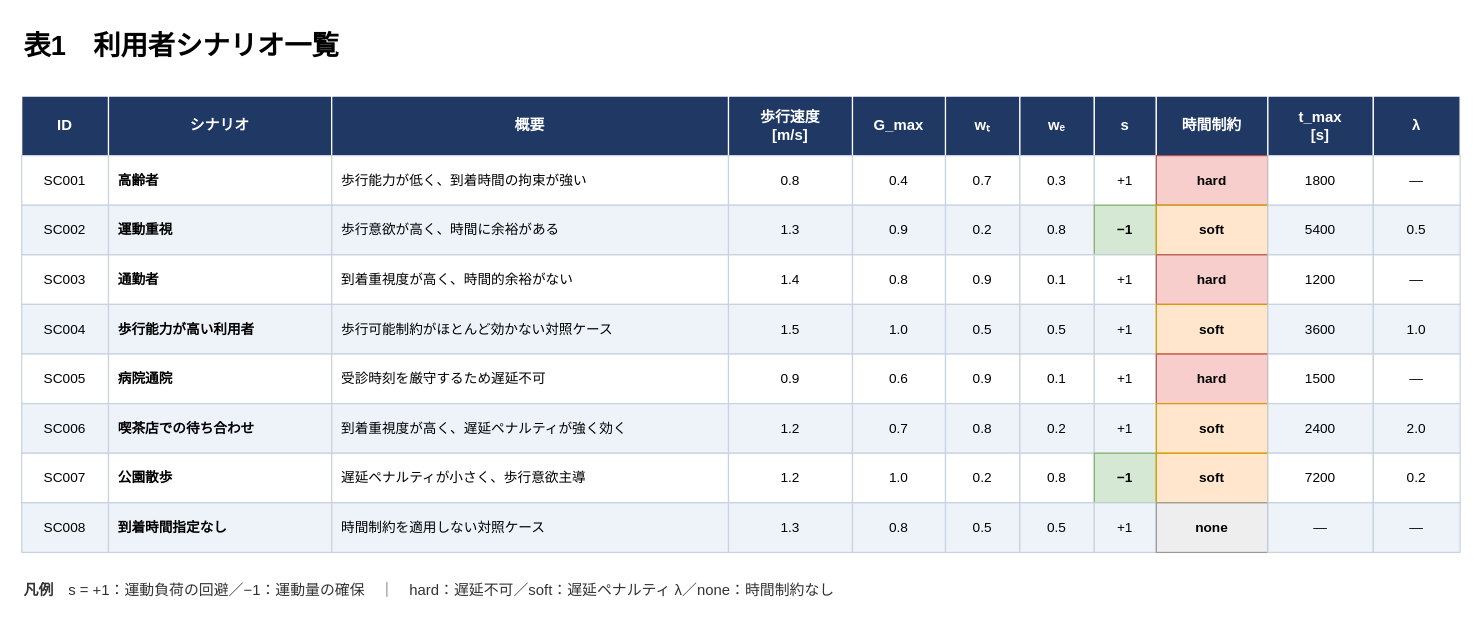
Earlier version of the draw.io diagram scenario_table.drawio (ShitotoHimeno/personalized-multimodal-route-optimization). Source tidied: cells renumbered, new cells numbered last; positions are measured from the earlier drawing's top-left corner, leaving out a move shared by most shapes. Both pictures are drawn from the tidied source at 124%, with x=0, y=0 at pixel (21, 21).
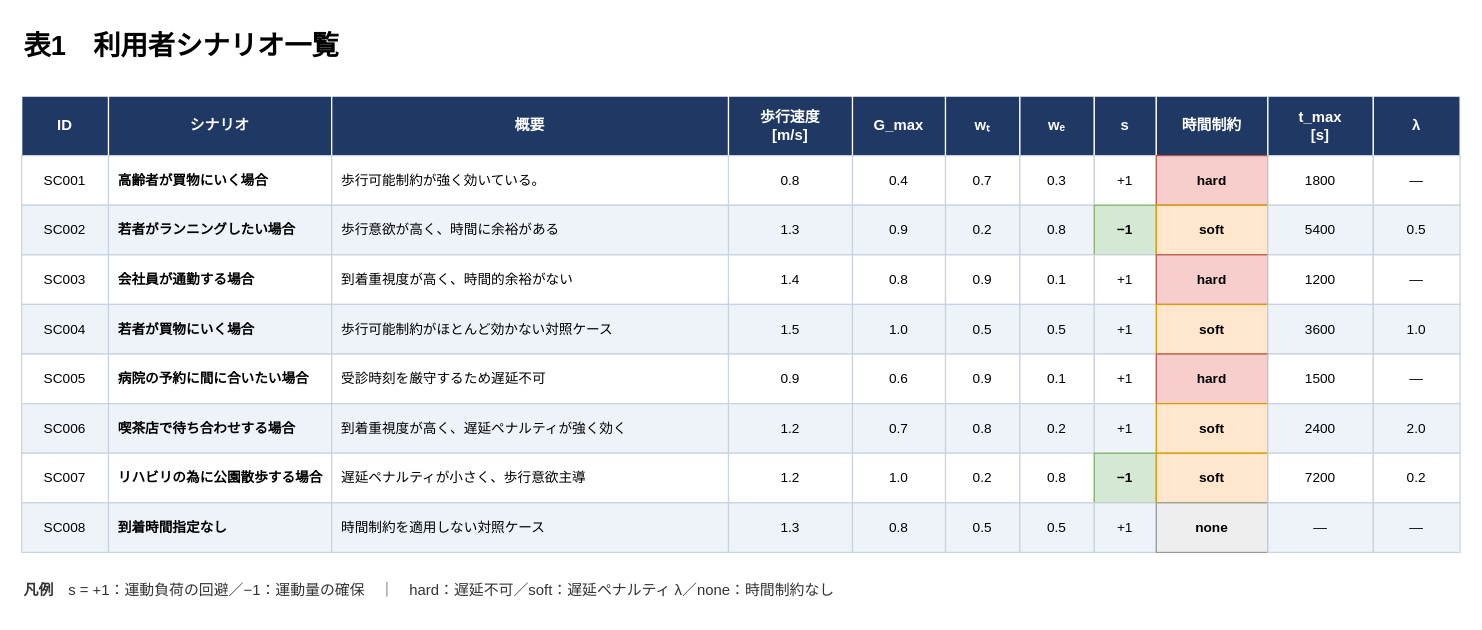
The same page after the edit.

Unchanged cells that the change refers to:
```xml
<mxCell id="4" value="シナリオ" style="rounded=0;whiteSpace=wrap;html=1;fillColor=#1f3864;strokeColor=#ffffff;fontColor=#ffffff;fontSize=12;fontStyle=1;align=center;verticalAlign=middle;" parent="1" vertex="1">
  <mxGeometry x="70" y="60" width="180" height="48" as="geometry" />
</mxCell>
<mxCell id="5" value="概要" style="rounded=0;whiteSpace=wrap;html=1;fillColor=#1f3864;strokeColor=#ffffff;fontColor=#ffffff;fontSize=12;fontStyle=1;align=center;verticalAlign=middle;" parent="1" vertex="1">
  <mxGeometry x="250" y="60" width="320" height="48" as="geometry" />
</mxCell>
```

Diff of the diagram source:
```diff
@@
+    <mxCell id="103" style="edgeStyle=none;html=1;exitX=1;exitY=0.5;exitDx=0;exitDy=0;" parent="1" edge="1" source="4" target="5">
+      <mxGeometry relative="1" as="geometry" />
+    </mxCell>
@@
-    <mxCell id="15" value="高齢者" style="rounded=0;whiteSpace=wrap;html=1;fillColor=#ffffff;strokeColor=#c9d2e0;fontSize=11;fontStyle=1;align=left;verticalAlign=middle;spacingLeft=6;spacingRight=6;" parent="1" vertex="1">
+    <mxCell id="15" value="高齢者が買物にいく場合" style="rounded=0;whiteSpace=wrap;html=1;fillColor=#ffffff;strokeColor=#c9d2e0;fontSize=11;fontStyle=1;align=left;verticalAlign=middle;spacingLeft=6;spacingRight=6;" parent="1" vertex="1">
       <mxGeometry x="70" y="108" width="180" height="40" as="geometry" />
     </mxCell>
-    <mxCell id="16" value="歩行能力が低く、到着時間の拘束が強い" style="rounded=0;whiteSpace=wrap;html=1;fillColor=#ffffff;strokeColor=#c9d2e0;fontSize=11;align=left;verticalAlign=middle;spacingLeft=6;spacingRight=6;" parent="1" vertex="1">
+    <mxCell id="16" value="歩行可能制約が強く効いている。" style="rounded=0;whiteSpace=wrap;html=1;fillColor=#ffffff;strokeColor=#c9d2e0;fontSize=11;align=left;verticalAlign=middle;spacingLeft=6;spacingRight=6;" parent="1" vertex="1">
       <mxGeometry x="250" y="108" width="320" height="40" as="geometry" />
     </mxCell>
@@
-    <mxCell id="26" value="運動重視" style="rounded=0;whiteSpace=wrap;html=1;fillColor=#eef3fa;strokeColor=#c9d2e0;fontSize=11;fontStyle=1;align=left;verticalAlign=middle;spacingLeft=6;spacingRight=6;" parent="1" vertex="1">
+    <mxCell id="26" value="若者がランニングしたい場合" style="rounded=0;whiteSpace=wrap;html=1;fillColor=#eef3fa;strokeColor=#c9d2e0;fontSize=11;fontStyle=1;align=left;verticalAlign=middle;spacingLeft=6;spacingRight=6;" parent="1" vertex="1">
       <mxGeometry x="70" y="148" width="180" height="40" as="geometry" />
     </mxCell>
@@
-    <mxCell id="37" value="通勤者" style="rounded=0;whiteSpace=wrap;html=1;fillColor=#ffffff;strokeColor=#c9d2e0;fontSize=11;fontStyle=1;align=left;verticalAlign=middle;spacingLeft=6;spacingRight=6;" parent="1" vertex="1">
+    <mxCell id="37" value="会社員が通勤する場合" style="rounded=0;whiteSpace=wrap;html=1;fillColor=#ffffff;strokeColor=#c9d2e0;fontSize=11;fontStyle=1;align=left;verticalAlign=middle;spacingLeft=6;spacingRight=6;" parent="1" vertex="1">
       <mxGeometry x="70" y="188" width="180" height="40" as="geometry" />
     </mxCell>
@@
-    <mxCell id="48" value="歩行能力が高い利用者" style="rounded=0;whiteSpace=wrap;html=1;fillColor=#eef3fa;strokeColor=#c9d2e0;fontSize=11;fontStyle=1;align=left;verticalAlign=middle;spacingLeft=6;spacingRight=6;" parent="1" vertex="1">
+    <mxCell id="48" value="若者が買物にいく場合" style="rounded=0;whiteSpace=wrap;html=1;fillColor=#eef3fa;strokeColor=#c9d2e0;fontSize=11;fontStyle=1;align=left;verticalAlign=middle;spacingLeft=6;spacingRight=6;" parent="1" vertex="1">
       <mxGeometry x="70" y="228" width="180" height="40" as="geometry" />
     </mxCell>
@@
-    <mxCell id="59" value="病院通院" style="rounded=0;whiteSpace=wrap;html=1;fillColor=#ffffff;strokeColor=#c9d2e0;fontSize=11;fontStyle=1;align=left;verticalAlign=middle;spacingLeft=6;spacingRight=6;" parent="1" vertex="1">
+    <mxCell id="59" value="病院の予約に間に合いたい場合" style="rounded=0;whiteSpace=wrap;html=1;fillColor=#ffffff;strokeColor=#c9d2e0;fontSize=11;fontStyle=1;align=left;verticalAlign=middle;spacingLeft=6;spacingRight=6;" parent="1" vertex="1">
       <mxGeometry x="70" y="268" width="180" height="40" as="geometry" />
     </mxCell>
@@
-    <mxCell id="70" value="喫茶店での待ち合わせ" style="rounded=0;whiteSpace=wrap;html=1;fillColor=#eef3fa;strokeColor=#c9d2e0;fontSize=11;fontStyle=1;align=left;verticalAlign=middle;spacingLeft=6;spacingRight=6;" parent="1" vertex="1">
+    <mxCell id="70" value="喫茶店で待ち合わせする場合" style="rounded=0;whiteSpace=wrap;html=1;fillColor=#eef3fa;strokeColor=#c9d2e0;fontSize=11;fontStyle=1;align=left;verticalAlign=middle;spacingLeft=6;spacingRight=6;" parent="1" vertex="1">
       <mxGeometry x="70" y="308" width="180" height="40" as="geometry" />
     </mxCell>
@@
-    <mxCell id="81" value="公園散歩" style="rounded=0;whiteSpace=wrap;html=1;fillColor=#ffffff;strokeColor=#c9d2e0;fontSize=11;fontStyle=1;align=left;verticalAlign=middle;spacingLeft=6;spacingRight=6;" parent="1" vertex="1">
+    <mxCell id="81" value="リハビリの為に公園散歩する場合" style="rounded=0;whiteSpace=wrap;html=1;fillColor=#ffffff;strokeColor=#c9d2e0;fontSize=11;fontStyle=1;align=left;verticalAlign=middle;spacingLeft=6;spacingRight=6;" parent="1" vertex="1">
       <mxGeometry x="70" y="348" width="180" height="40" as="geometry" />
     </mxCell>
```
